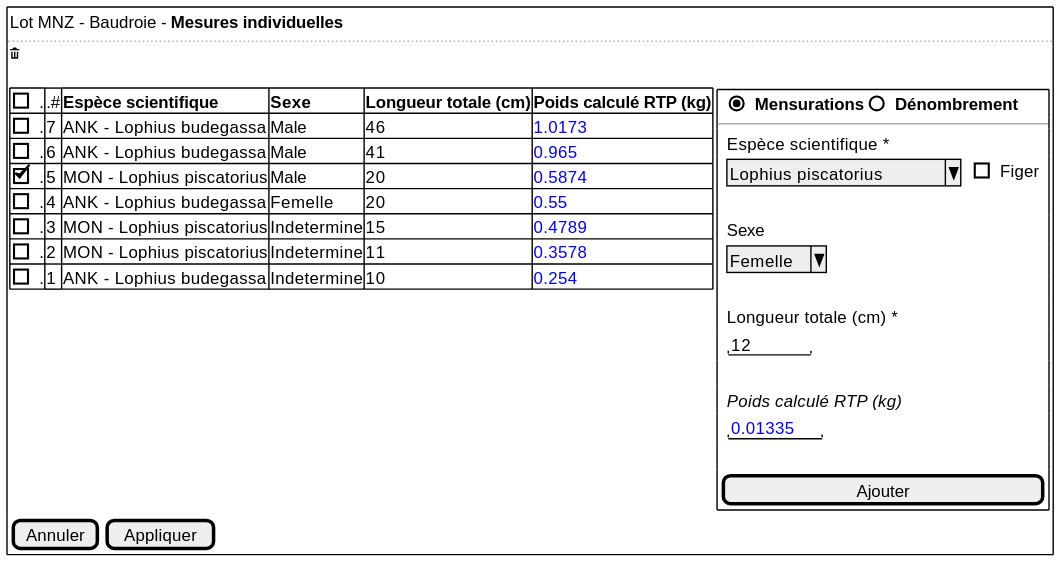
Before: projects/common/spe/images/individual-measures.svg, a diagram exported from PlantUML (sumaris-net/sumaris-doc).
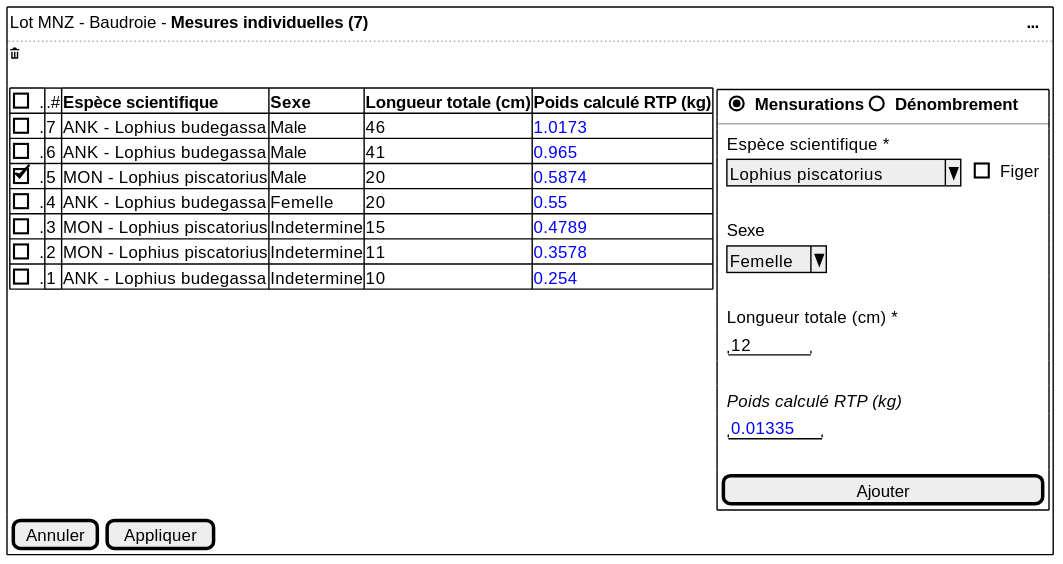
The same file after the commit.

Change to the diagram source:
```diff
@@ -1,6 +1,6 @@
 @startsalt
  {+
-  { Lot MNZ - Baudroie - <b>Mesures individuelles }
+  { Lot MNZ - Baudroie - <b>Mesures individuelles (7) | . | . |. |. |. |. |. |. |. |. |. |. |. |. |. |. |. |. |. |. |. |. |. |. |. |. |. |. |. |. |. |. |. |. |. |. |. |. |. |. |. |. |. |. |. |. |. |. |. |. |. |. |. |. |. |. |. |. |. |. |. |. |. |. |. |. |. |. |. |. |. |. |. |. |. |. |. |. |. |. |. |. |. |. |. |. |. |. |. |. |. |. |. |<b> ...}
   ..
   <&trash>
   .
```
